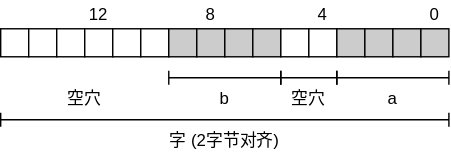
Above: images/c-struct-padding.svg in cs-course/marp-public (draw.io), before the change. Source tidied: cells renumbered, new cells last; positions are measured from the earlier drawing's top-left corner, leaving out a move shared by most shapes.
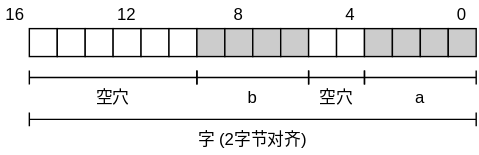
The same diagram one commit later.

Diff of the diagram source:
```diff
@@ -89,5 +89,11 @@
     <mxCell id="30" value="12" style="text;html=1;strokeColor=none;fillColor=none;align=center;verticalAlign=middle;whiteSpace=wrap;rounded=0;" parent="1" vertex="1">
       <mxGeometry x="60" width="20" height="20" as="geometry" />
     </mxCell>
+    <mxCell id="31" style="shape=crossbar;whiteSpace=wrap;html=1;rounded=1;" parent="1" vertex="1">
+      <mxGeometry y="50" width="120" height="10" as="geometry" />
+    </mxCell>
+    <mxCell id="32" value="16" style="text;html=1;strokeColor=none;fillColor=none;align=center;verticalAlign=middle;whiteSpace=wrap;rounded=0;" parent="1" vertex="1">
+      <mxGeometry x="-20" width="20" height="20" as="geometry" />
+    </mxCell>
   </root>
 </mxGraphModel>
```
